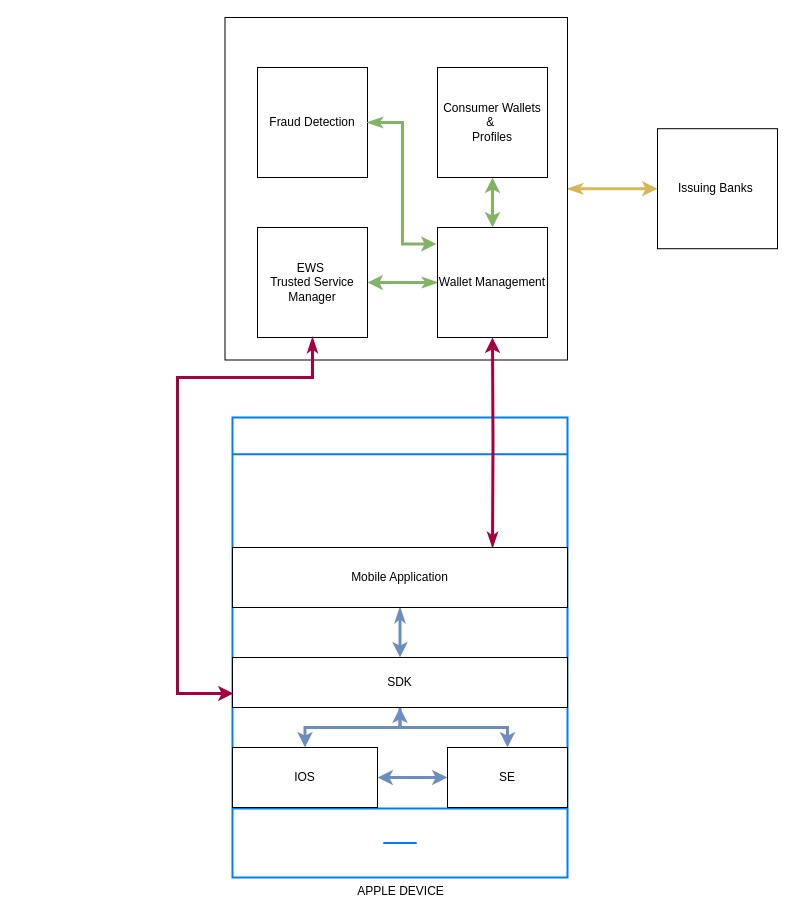
muratgguzel/Architectural_Drawings keeps this draw.io diagram as AppleProvisoningArc.drawio. Above is the earlier version. Source tidied: cells renumbered, new cells numbered last; positions are measured from the earlier drawing's top-left corner, leaving out a move shared by most shapes. Both pictures are drawn from the tidied source at 100%, with x=0, y=0 at pixel (177, 17).
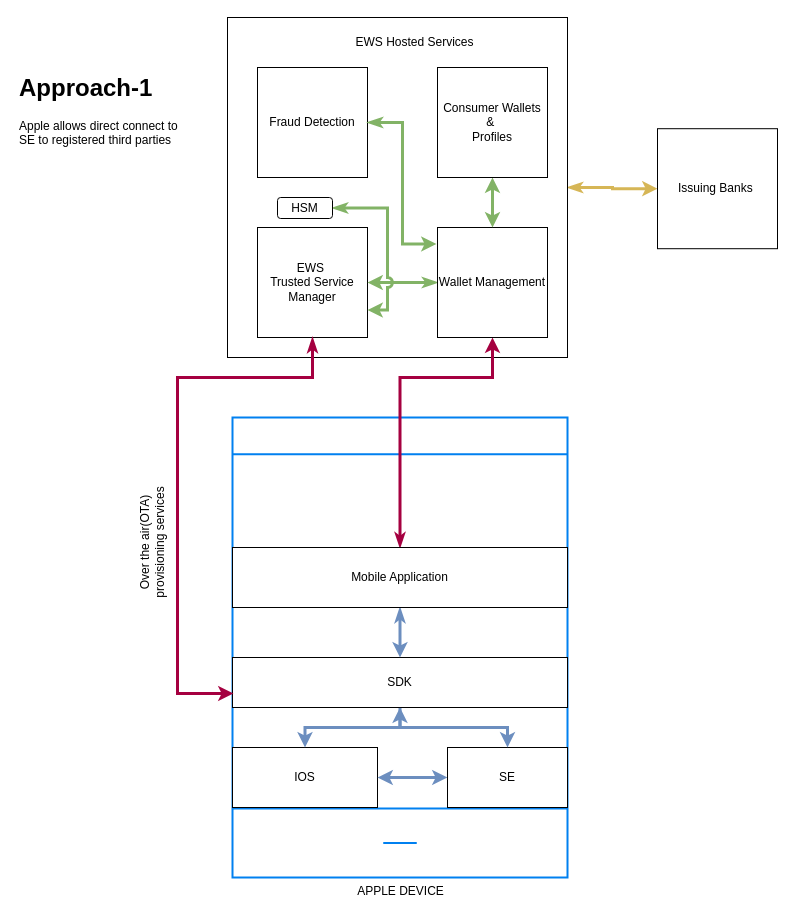
The same page after the edit.

Unchanged cells that the change refers to:
```xml
<mxCell id="4" value="APPLE DEVICE" style="html=1;verticalLabelPosition=bottom;align=center;labelBackgroundColor=#ffffff;verticalAlign=top;strokeWidth=2;strokeColor=#0080F0;shadow=0;dashed=0;shape=mxgraph.ios7.icons.smartphone;" parent="1" vertex="1">
  <mxGeometry x="55" y="400" width="335" height="460" as="geometry" />
</mxCell>
<mxCell id="14" value="EWS&amp;nbsp;&lt;div&gt;Trusted Service Manager&lt;/div&gt;" style="whiteSpace=wrap;html=1;" parent="1" vertex="1">
  <mxGeometry x="80" y="210" width="110" height="110" as="geometry" />
</mxCell>
<mxCell id="18" value="Wallet Management" style="whiteSpace=wrap;html=1;" parent="1" vertex="1">
  <mxGeometry x="260" y="210" width="110" height="110" as="geometry" />
</mxCell>
```

Diff of the diagram source:
```diff
@@
     <mxCell id="3" style="whiteSpace=wrap;html=1;" parent="1" vertex="1">
-      <mxGeometry x="47.5" width="342.5" height="342.5" as="geometry" />
+      <mxGeometry x="50" width="340" height="340" as="geometry" />
     </mxCell>
@@
-    <mxCell id="12" style="edgeStyle=orthogonalEdgeStyle;rounded=0;jettySize=auto;html=1;entryX=0.5;entryY=1;entryDx=0;entryDy=0;startArrow=classicThin;startFill=1;flowAnimation=1;fillColor=#d80073;strokeColor=#A50040;strokeWidth=3;" parent="1" edge="1" target="18">
-      <mxGeometry relative="1" as="geometry">
-        <mxPoint x="315" y="530" as="sourcePoint" />
-      </mxGeometry>
+    <mxCell id="12" style="edgeStyle=orthogonalEdgeStyle;rounded=0;jettySize=auto;html=1;entryX=0.5;entryY=1;entryDx=0;entryDy=0;startArrow=classicThin;startFill=1;flowAnimation=1;fillColor=#d80073;strokeColor=#A50040;strokeWidth=3;exitX=0.5;exitY=0.283;exitDx=0;exitDy=0;exitPerimeter=0;" parent="1" edge="1" source="4" target="18">
+      <mxGeometry relative="1" as="geometry" />
     </mxCell>
@@
+    <mxCell id="23" value="&lt;h1 style=&quot;margin-top: 0px;&quot;&gt;&lt;span style=&quot;background-color: initial;&quot;&gt;Approach-1&lt;/span&gt;&lt;br&gt;&lt;/h1&gt;&lt;div&gt;&lt;span style=&quot;background-color: initial;&quot;&gt;Apple allows direct connect to SE to registered third parties&lt;/span&gt;&lt;/div&gt;&lt;div&gt;&lt;span style=&quot;background-color: initial;&quot;&gt;&lt;br&gt;&lt;/span&gt;&lt;/div&gt;" style="text;html=1;whiteSpace=wrap;overflow=hidden;rounded=0;" parent="1" vertex="1">
+      <mxGeometry x="-160" y="50" width="180" height="120" as="geometry" />
+    </mxCell>
+    <mxCell id="24" value="EWS Hosted Services" style="text;html=1;align=center;verticalAlign=middle;whiteSpace=wrap;rounded=0;" parent="1" vertex="1">
+      <mxGeometry x="170" y="10" width="135" height="30" as="geometry" />
+    </mxCell>
+    <mxCell id="25" value="Over the air(OTA) provisioning services" style="text;html=1;align=center;verticalAlign=middle;whiteSpace=wrap;rounded=0;rotation=-90;" parent="1" vertex="1">
+      <mxGeometry x="-105" y="510" width="160" height="30" as="geometry" />
+    </mxCell>
+    <mxCell id="26" style="edgeStyle=orthogonalEdgeStyle;rounded=0;jettySize=auto;html=1;entryX=1;entryY=0.75;entryDx=0;entryDy=0;startArrow=classicThin;startFill=1;fillColor=#d5e8d4;gradientColor=#97d077;strokeColor=#82b366;flowAnimation=1;strokeWidth=3;jumpStyle=arc;" parent="1" edge="1" source="27" target="14">
+      <mxGeometry relative="1" as="geometry">
+        <Array as="points">
+          <mxPoint x="210" y="191" />
+          <mxPoint x="210" y="293" />
+        </Array>
+      </mxGeometry>
+    </mxCell>
+    <mxCell id="27" value="HSM" style="rounded=1;whiteSpace=wrap;html=1;" parent="1" vertex="1">
+      <mxGeometry x="100" y="180" width="55" height="21" as="geometry" />
+    </mxCell>
```
